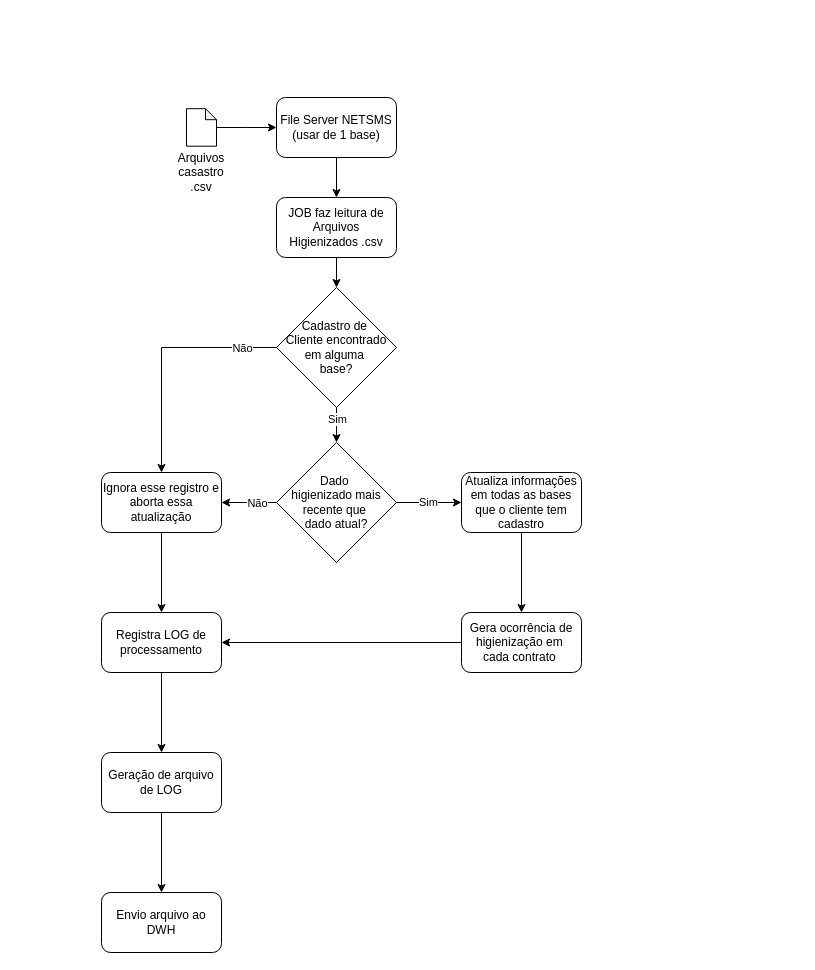
Above: 117202 Processo de Higienização Acelerado.drawio in samirali/ClaroBrasil (draw.io), before the change. Source tidied: cells renumbered, new cells numbered last; positions are measured from the earlier drawing's top-left corner, leaving out a move shared by most shapes. Both pictures are drawn from the tidied source at 100%, with x=0, y=0 at pixel (101, 97).
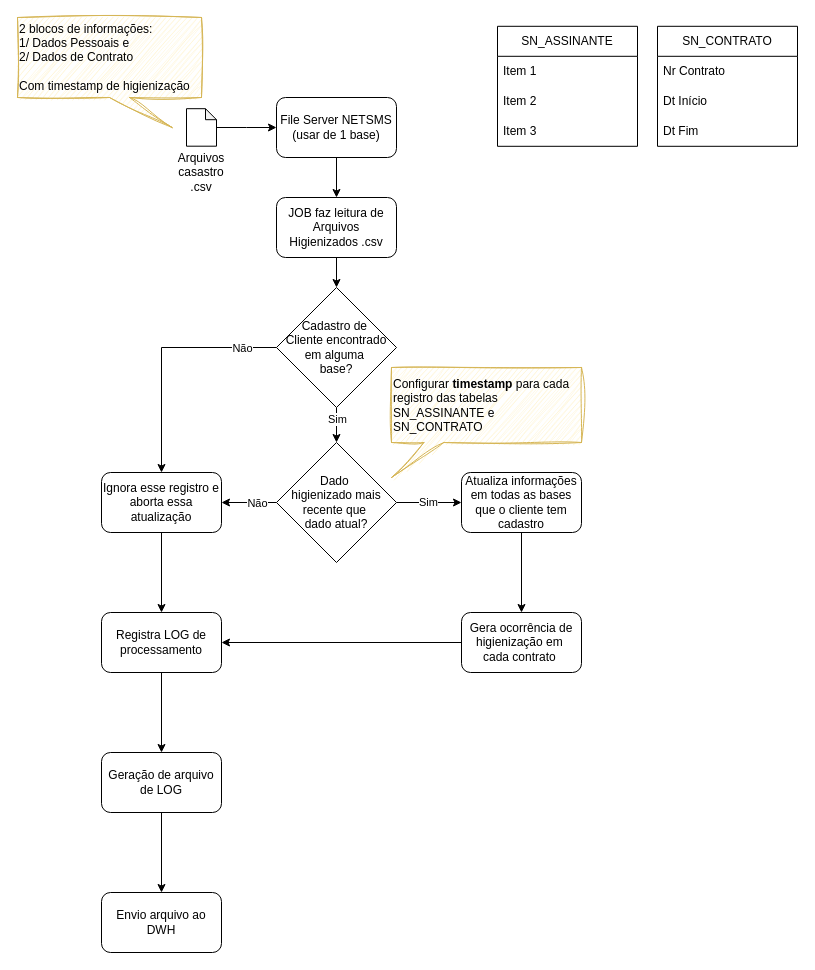
After the change.

Diff of the diagram source:
```diff
@@
+    <mxCell id="30" value="SN_ASSINANTE" style="swimlane;fontStyle=0;horizontal=1;startSize=30;whiteSpace=wrap;html=1;" parent="1" vertex="1">
+      <mxGeometry x="396" y="-71.2" width="140" height="120" as="geometry" />
+    </mxCell>
+    <mxCell id="31" value="Item 1" style="text;strokeColor=none;fillColor=none;align=left;verticalAlign=middle;spacingLeft=4;spacingRight=4;overflow=hidden;whiteSpace=wrap;html=1;" parent="30" vertex="1">
+      <mxGeometry y="30" width="140" height="30" as="geometry" />
+    </mxCell>
+    <mxCell id="32" value="Item 2" style="text;strokeColor=none;fillColor=none;align=left;verticalAlign=middle;spacingLeft=4;spacingRight=4;overflow=hidden;whiteSpace=wrap;html=1;" parent="30" vertex="1">
+      <mxGeometry y="60" width="140" height="30" as="geometry" />
+    </mxCell>
+    <mxCell id="33" value="Item 3" style="text;strokeColor=none;fillColor=none;align=left;verticalAlign=middle;spacingLeft=4;spacingRight=4;overflow=hidden;whiteSpace=wrap;html=1;" parent="30" vertex="1">
+      <mxGeometry y="90" width="140" height="30" as="geometry" />
+    </mxCell>
+    <mxCell id="34" value="SN_CONTRATO" style="swimlane;fontStyle=0;horizontal=1;startSize=30;whiteSpace=wrap;html=1;" parent="1" vertex="1">
+      <mxGeometry x="556" y="-71.2" width="140" height="120" as="geometry" />
+    </mxCell>
+    <mxCell id="35" value="Nr Contrato" style="text;strokeColor=none;fillColor=none;align=left;verticalAlign=middle;spacingLeft=4;spacingRight=4;overflow=hidden;whiteSpace=wrap;html=1;" parent="34" vertex="1">
+      <mxGeometry y="30" width="140" height="30" as="geometry" />
+    </mxCell>
+    <mxCell id="36" value="Dt Início" style="text;strokeColor=none;fillColor=none;align=left;verticalAlign=middle;spacingLeft=4;spacingRight=4;overflow=hidden;whiteSpace=wrap;html=1;" parent="34" vertex="1">
+      <mxGeometry y="60" width="140" height="30" as="geometry" />
+    </mxCell>
+    <mxCell id="37" value="Dt Fim" style="text;strokeColor=none;fillColor=none;align=left;verticalAlign=middle;spacingLeft=4;spacingRight=4;overflow=hidden;whiteSpace=wrap;html=1;" parent="34" vertex="1">
+      <mxGeometry y="90" width="140" height="30" as="geometry" />
+    </mxCell>
+    <mxCell id="38" value="Configurar &lt;b&gt;timestamp &lt;/b&gt;para cada registro das tabelas SN_ASSINANTE e SN_CONTRATO" style="shape=callout;whiteSpace=wrap;html=1;perimeter=calloutPerimeter;size=35;position=0.17;position2=0;base=20;fillColor=#fff2cc;strokeColor=#d6b656;sketch=1;curveFitting=1;jiggle=2;align=left;" parent="1" vertex="1">
+      <mxGeometry x="290" y="270" width="190" height="110" as="geometry" />
+    </mxCell>
+    <mxCell id="39" value="2 blocos de informações:&amp;nbsp;&lt;div&gt;1/ Dados Pessoais e&amp;nbsp;&lt;/div&gt;&lt;div&gt;2/ Dados de Contrato&lt;/div&gt;&lt;div&gt;&lt;br&gt;&lt;/div&gt;&lt;div&gt;Com timestamp de higienização&lt;/div&gt;" style="shape=callout;whiteSpace=wrap;html=1;perimeter=calloutPerimeter;position2=0.84;sketch=1;curveFitting=1;jiggle=2;fillColor=#fff2cc;strokeColor=#d6b656;align=left;" parent="1" vertex="1">
+      <mxGeometry x="-84" y="-80" width="184" height="110" as="geometry" />
+    </mxCell>
```
